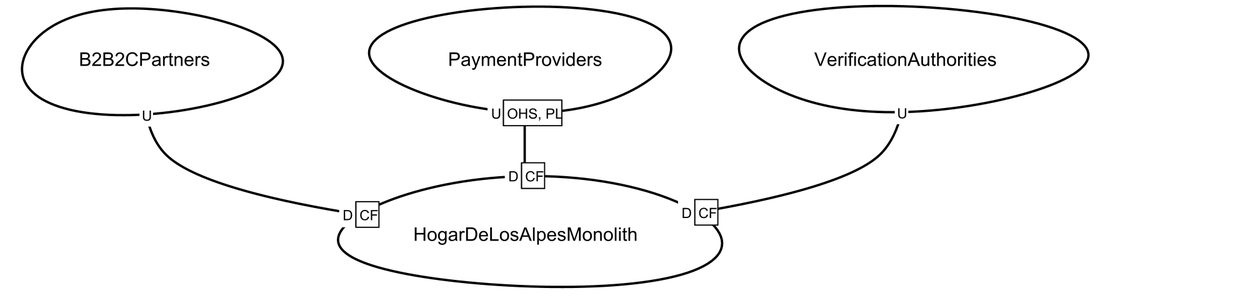
The Graphviz diagram src-gen/hogar-de-los-alpes-as-is_ContextMap.png in dso-uniandes/apps-no-monoliticas, before a commit. Its source is kept beside it as src-gen/hogar-de-los-alpes-as-is_ContextMap.gv. Source of this version:
```dot
digraph "ContextMapGraph" {
graph ["imagepath"="C:\Users\danie\AppData\Local\Temp\GraphvizJava"]
"B2B2CPartners" ["margin"="0.3","orientation"="100","shape"="egg","fontsize"="16","style"="bold","label"="B2B2CPartners\n","fontname"="sans-serif"]
"HogarDeLosAlpesMonolith" ["margin"="0.3","orientation"="56","shape"="egg","fontsize"="16","style"="bold","label"="HogarDeLosAlpesMonolith\n","fontname"="sans-serif"]
"PaymentProviders" ["margin"="0.3","orientation"="256","shape"="egg","fontsize"="16","style"="bold","label"="PaymentProviders\n","fontname"="sans-serif"]
"VerificationAuthorities" ["margin"="0.3","orientation"="321","shape"="egg","fontsize"="16","style"="bold","label"="VerificationAuthorities\n","fontname"="sans-serif"]
"B2B2CPartners" -> "HogarDeLosAlpesMonolith" ["headlabel"=<<table cellspacing="0" cellborder="1" border="0">
<tr><td bgcolor="white" sides="r">D</td><td sides="trbl" bgcolor="white"><font>CF</font></td></tr>
</table>>,"labeldistance"="0","fontsize"="12","taillabel"=<<table cellspacing="0" cellborder="0" border="0">
<tr><td bgcolor="white">U</td></tr>
</table>>,"style"="bold","label"="                                                                                ","dir"="none","fontname"="sans-serif"]
"PaymentProviders" -> "HogarDeLosAlpesMonolith" ["headlabel"=<<table cellspacing="0" cellborder="1" border="0">
<tr><td bgcolor="white" sides="r">D</td><td sides="trbl" bgcolor="white"><font>CF</font></td></tr>
</table>>,"labeldistance"="0","fontsize"="12","taillabel"=<<table cellspacing="0" cellborder="1" border="0">
<tr><td bgcolor="white" sides="r">U</td><td sides="trbl" bgcolor="white"><font>OHS, PL</font></td></tr>
</table>>,"style"="bold","label"="                                                                                ","dir"="none","fontname"="sans-serif"]
"VerificationAuthorities" -> "HogarDeLosAlpesMonolith" ["headlabel"=<<table cellspacing="0" cellborder="1" border="0">
<tr><td bgcolor="white" sides="r">D</td><td sides="trbl" bgcolor="white"><font>CF</font></td></tr>
</table>>,"labeldistance"="0","fontsize"="12","taillabel"=<<table cellspacing="0" cellborder="0" border="0">
<tr><td bgcolor="white">U</td></tr>
</table>>,"style"="bold","label"="                                                                                ","dir"="none","fontname"="sans-serif"]
}
```
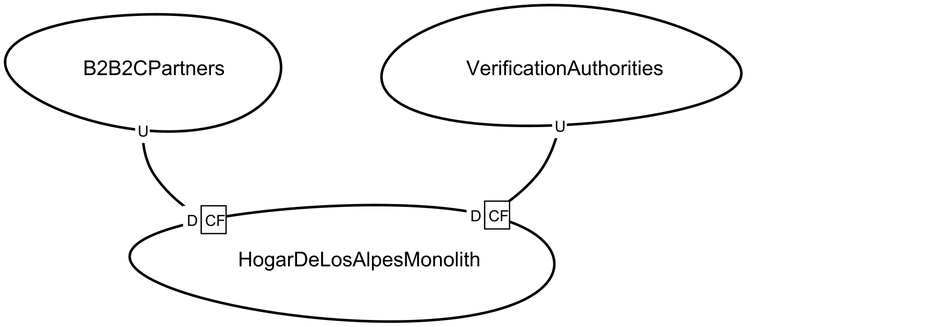
Later version of the same file.

Diff of the diagram source:
```diff
@@ -1,18 +1,12 @@
 digraph "ContextMapGraph" {
 graph ["imagepath"="C:\Users\danie\AppData\Local\Temp\GraphvizJava"]
-"B2B2CPartners" ["margin"="0.3","orientation"="100","shape"="egg","fontsize"="16","style"="bold","label"="B2B2CPartners\n","fontname"="sans-serif"]
-"HogarDeLosAlpesMonolith" ["margin"="0.3","orientation"="56","shape"="egg","fontsize"="16","style"="bold","label"="HogarDeLosAlpesMonolith\n","fontname"="sans-serif"]
-"PaymentProviders" ["margin"="0.3","orientation"="256","shape"="egg","fontsize"="16","style"="bold","label"="PaymentProviders\n","fontname"="sans-serif"]
-"VerificationAuthorities" ["margin"="0.3","orientation"="321","shape"="egg","fontsize"="16","style"="bold","label"="VerificationAuthorities\n","fontname"="sans-serif"]
+"B2B2CPartners" ["margin"="0.3","orientation"="160","shape"="egg","fontsize"="16","style"="bold","label"="B2B2CPartners\n","fontname"="sans-serif"]
+"HogarDeLosAlpesMonolith" ["margin"="0.3","orientation"="199","shape"="egg","fontsize"="16","style"="bold","label"="HogarDeLosAlpesMonolith\n","fontname"="sans-serif"]
+"VerificationAuthorities" ["margin"="0.3","orientation"="334","shape"="egg","fontsize"="16","style"="bold","label"="VerificationAuthorities\n","fontname"="sans-serif"]
 "B2B2CPartners" -> "HogarDeLosAlpesMonolith" ["headlabel"=<<table cellspacing="0" cellborder="1" border="0">
 <tr><td bgcolor="white" sides="r">D</td><td sides="trbl" bgcolor="white"><font>CF</font></td></tr>
 </table>>,"labeldistance"="0","fontsize"="12","taillabel"=<<table cellspacing="0" cellborder="0" border="0">
 <tr><td bgcolor="white">U</td></tr>
-</table>>,"style"="bold","label"="                                                                                ","dir"="none","fontname"="sans-serif"]
-"PaymentProviders" -> "HogarDeLosAlpesMonolith" ["headlabel"=<<table cellspacing="0" cellborder="1" border="0">
-<tr><td bgcolor="white" sides="r">D</td><td sides="trbl" bgcolor="white"><font>CF</font></td></tr>
-</table>>,"labeldistance"="0","fontsize"="12","taillabel"=<<table cellspacing="0" cellborder="1" border="0">
-<tr><td bgcolor="white" sides="r">U</td><td sides="trbl" bgcolor="white"><font>OHS, PL</font></td></tr>
 </table>>,"style"="bold","label"="                                                                                ","dir"="none","fontname"="sans-serif"]
 "VerificationAuthorities" -> "HogarDeLosAlpesMonolith" ["headlabel"=<<table cellspacing="0" cellborder="1" border="0">
 <tr><td bgcolor="white" sides="r">D</td><td sides="trbl" bgcolor="white"><font>CF</font></td></tr>
```
